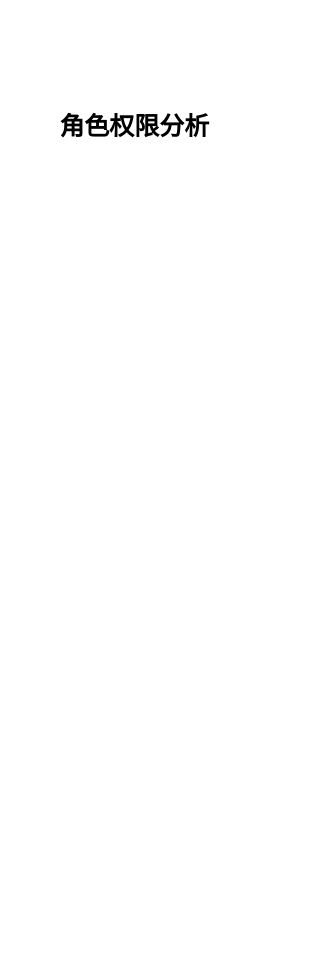
The draw.io diagram 宇信授信系统.drawio in yujiabin-fooler/java-architecture-diagram, before the edit. Source tidied: cells renumbered, new cells numbered last; positions are measured from the earlier drawing's top-left corner, leaving out a move shared by most shapes. Both pictures are drawn from the tidied source at 125%, with x=0, y=0 at pixel (46, 102).
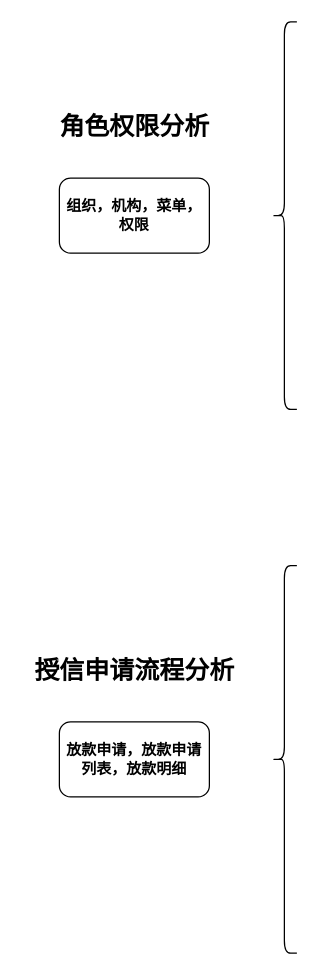
The same page after the edit.

Commit message (it also covers changes not shown here):
更新宇信授信系统.drawio

The edit, as a diff of the source:
```diff
@@
 <mxGraphModel>
   <root>
     <mxCell id="0" />
     <mxCell id="1" parent="0" />
     <mxCell id="2" value="&lt;b&gt;&lt;font style=&quot;font-size: 20px;&quot;&gt;角色权限分析&lt;/font&gt;&lt;/b&gt;&lt;div&gt;&lt;b&gt;&lt;font style=&quot;font-size: 20px;&quot;&gt;&lt;br&gt;&lt;/font&gt;&lt;/b&gt;&lt;/div&gt;&lt;div&gt;&lt;b&gt;&lt;font style=&quot;font-size: 20px;&quot;&gt;&lt;br&gt;&lt;/font&gt;&lt;/b&gt;&lt;/div&gt;&lt;div&gt;&lt;br&gt;&lt;/div&gt;" style="text;html=1;align=center;verticalAlign=middle;strokeColor=none;fillColor=none;" parent="1" vertex="1">
       <mxGeometry width="140" height="100" as="geometry" />
     </mxCell>
+    <mxCell id="3" value="&lt;b&gt;组织，机构，菜单，权限&lt;/b&gt;" style="rounded=1;whiteSpace=wrap;html=1;" parent="1" vertex="1">
+      <mxGeometry x="10" y="60" width="120" height="60" as="geometry" />
+    </mxCell>
+    <mxCell id="4" style="shape=curlyBracket;whiteSpace=wrap;html=1;rounded=1;labelPosition=left;verticalLabelPosition=middle;align=right;verticalAlign=middle;" parent="1" vertex="1">
+      <mxGeometry x="180" y="-65" width="20" height="310" as="geometry" />
+    </mxCell>
+    <mxCell id="5" value="&lt;b&gt;&lt;font style=&quot;font-size: 20px;&quot;&gt;授信申请流程分析&lt;/font&gt;&lt;/b&gt;&lt;div&gt;&lt;b&gt;&lt;font style=&quot;font-size: 20px;&quot;&gt;&lt;br&gt;&lt;/font&gt;&lt;/b&gt;&lt;/div&gt;&lt;div&gt;&lt;b&gt;&lt;font style=&quot;font-size: 20px;&quot;&gt;&lt;br&gt;&lt;/font&gt;&lt;/b&gt;&lt;/div&gt;&lt;div&gt;&lt;br&gt;&lt;/div&gt;" style="text;html=1;align=center;verticalAlign=middle;strokeColor=none;fillColor=none;" parent="1" vertex="1">
+      <mxGeometry x="-20" y="435" width="180" height="100" as="geometry" />
+    </mxCell>
+    <mxCell id="6" value="&lt;b&gt;放款申请，放款申请列表，放款明细&lt;/b&gt;" style="rounded=1;whiteSpace=wrap;html=1;" parent="1" vertex="1">
+      <mxGeometry x="10" y="495" width="120" height="60" as="geometry" />
+    </mxCell>
+    <mxCell id="7" style="shape=curlyBracket;whiteSpace=wrap;html=1;rounded=1;labelPosition=left;verticalLabelPosition=middle;align=right;verticalAlign=middle;" parent="1" vertex="1">
+      <mxGeometry x="180" y="370" width="20" height="310" as="geometry" />
+    </mxCell>
   </root>
 </mxGraphModel>
```
